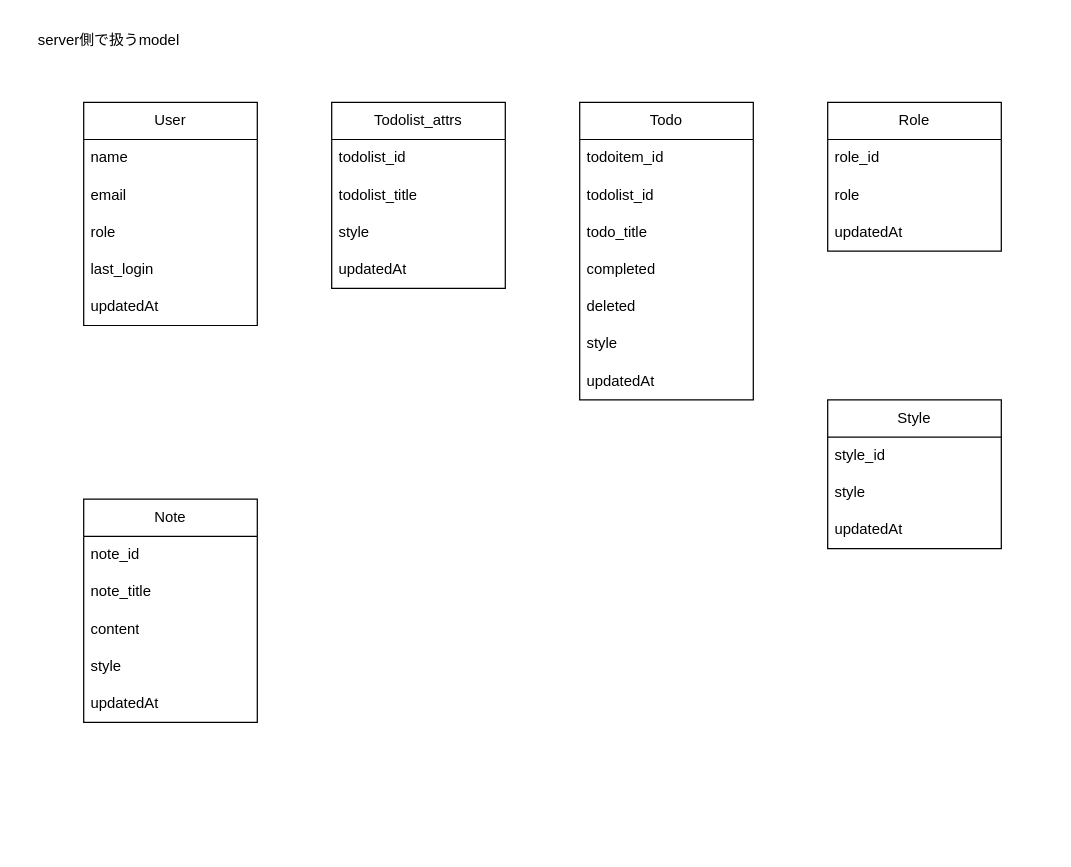
This is model-front.drawio from suda-3156/todolist, a draw.io file, before an edit. Source tidied: cells renumbered, new cells numbered last; positions are measured from the earlier drawing's top-left corner, leaving out a move shared by most shapes. Both pictures are drawn from the tidied source at 124%, with x=0, y=0 at pixel (21, 21).
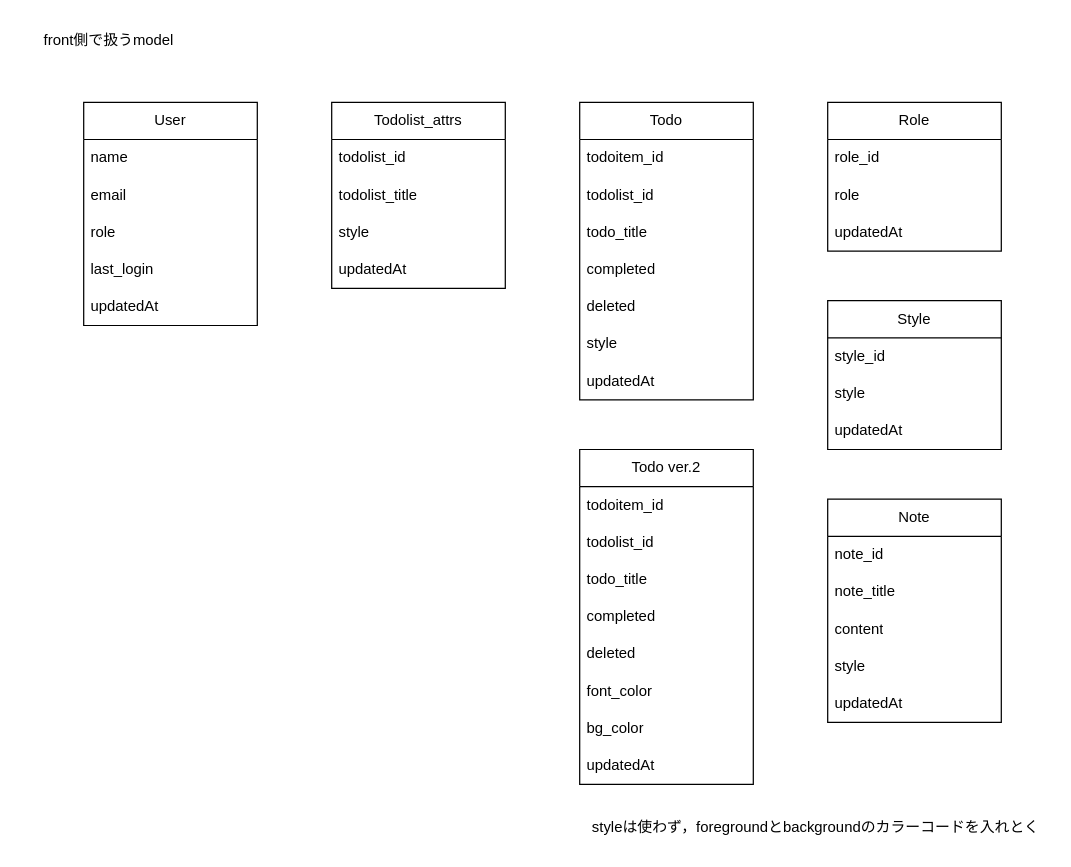
After the change.

Diff of the diagram source:
```diff
@@
     <mxCell id="16" value="Note" style="swimlane;fontStyle=0;horizontal=1;startSize=30;whiteSpace=wrap;html=1;" parent="1" vertex="1">
-      <mxGeometry x="50" y="385" width="140" height="180" as="geometry" />
+      <mxGeometry x="650" y="385" width="140" height="180" as="geometry" />
     </mxCell>
@@
     <mxCell id="31" value="Style" style="swimlane;fontStyle=0;horizontal=1;startSize=30;whiteSpace=wrap;html=1;" parent="1" vertex="1">
-      <mxGeometry x="650" y="305" width="140" height="120" as="geometry" />
+      <mxGeometry x="650" y="225" width="140" height="120" as="geometry" />
     </mxCell>
@@
-    <mxCell id="35" value="server側で扱うmodel" style="text;html=1;align=center;verticalAlign=middle;strokeColor=none;fillColor=none;" parent="1" vertex="1">
-      <mxGeometry width="140" height="30" as="geometry" />
+    <mxCell id="35" value="front側で扱うmodel" style="text;html=1;align=center;verticalAlign=middle;strokeColor=none;fillColor=none;" parent="1" vertex="1">
+      <mxGeometry x="5" width="130" height="30" as="geometry" />
     </mxCell>
+    <mxCell id="36" value="Todo ver.2" style="swimlane;fontStyle=0;horizontal=1;startSize=30;whiteSpace=wrap;html=1;" parent="1" vertex="1">
+      <mxGeometry x="450" y="345" width="140" height="270" as="geometry" />
+    </mxCell>
+    <mxCell id="37" value="todoitem_id" style="text;strokeColor=none;fillColor=none;align=left;verticalAlign=middle;spacingLeft=4;spacingRight=4;overflow=hidden;whiteSpace=wrap;html=1;" parent="36" vertex="1">
+      <mxGeometry y="30" width="140" height="30" as="geometry" />
+    </mxCell>
+    <mxCell id="38" value="todolist_id" style="text;strokeColor=none;fillColor=none;align=left;verticalAlign=middle;spacingLeft=4;spacingRight=4;overflow=hidden;whiteSpace=wrap;html=1;" parent="36" vertex="1">
+      <mxGeometry y="60" width="140" height="30" as="geometry" />
+    </mxCell>
+    <mxCell id="39" value="todo_title" style="text;strokeColor=none;fillColor=none;align=left;verticalAlign=middle;spacingLeft=4;spacingRight=4;overflow=hidden;whiteSpace=wrap;html=1;" parent="36" vertex="1">
+      <mxGeometry y="90" width="140" height="30" as="geometry" />
+    </mxCell>
+    <mxCell id="40" value="completed" style="text;strokeColor=none;fillColor=none;align=left;verticalAlign=middle;spacingLeft=4;spacingRight=4;overflow=hidden;whiteSpace=wrap;html=1;" parent="36" vertex="1">
+      <mxGeometry y="120" width="140" height="30" as="geometry" />
+    </mxCell>
+    <mxCell id="41" value="deleted" style="text;strokeColor=none;fillColor=none;align=left;verticalAlign=middle;spacingLeft=4;spacingRight=4;overflow=hidden;whiteSpace=wrap;html=1;" parent="36" vertex="1">
+      <mxGeometry y="150" width="140" height="30" as="geometry" />
+    </mxCell>
+    <mxCell id="42" value="font_color" style="text;strokeColor=none;fillColor=none;align=left;verticalAlign=middle;spacingLeft=4;spacingRight=4;overflow=hidden;whiteSpace=wrap;html=1;" parent="36" vertex="1">
+      <mxGeometry y="180" width="140" height="30" as="geometry" />
+    </mxCell>
+    <mxCell id="43" value="bg_color" style="text;strokeColor=none;fillColor=none;align=left;verticalAlign=middle;spacingLeft=4;spacingRight=4;overflow=hidden;whiteSpace=wrap;html=1;" parent="36" vertex="1">
+      <mxGeometry y="210" width="140" height="30" as="geometry" />
+    </mxCell>
+    <mxCell id="44" value="updatedAt" style="text;strokeColor=none;fillColor=none;align=left;verticalAlign=middle;spacingLeft=4;spacingRight=4;overflow=hidden;whiteSpace=wrap;html=1;" parent="36" vertex="1">
+      <mxGeometry y="240" width="140" height="30" as="geometry" />
+    </mxCell>
+    <mxCell id="45" value="styleは使わず，foregroundとbackgroundのカラーコードを入れとく" style="text;html=1;align=center;verticalAlign=middle;strokeColor=none;fillColor=none;" parent="1" vertex="1">
+      <mxGeometry x="450" y="635" width="380" height="30" as="geometry" />
+    </mxCell>
```
